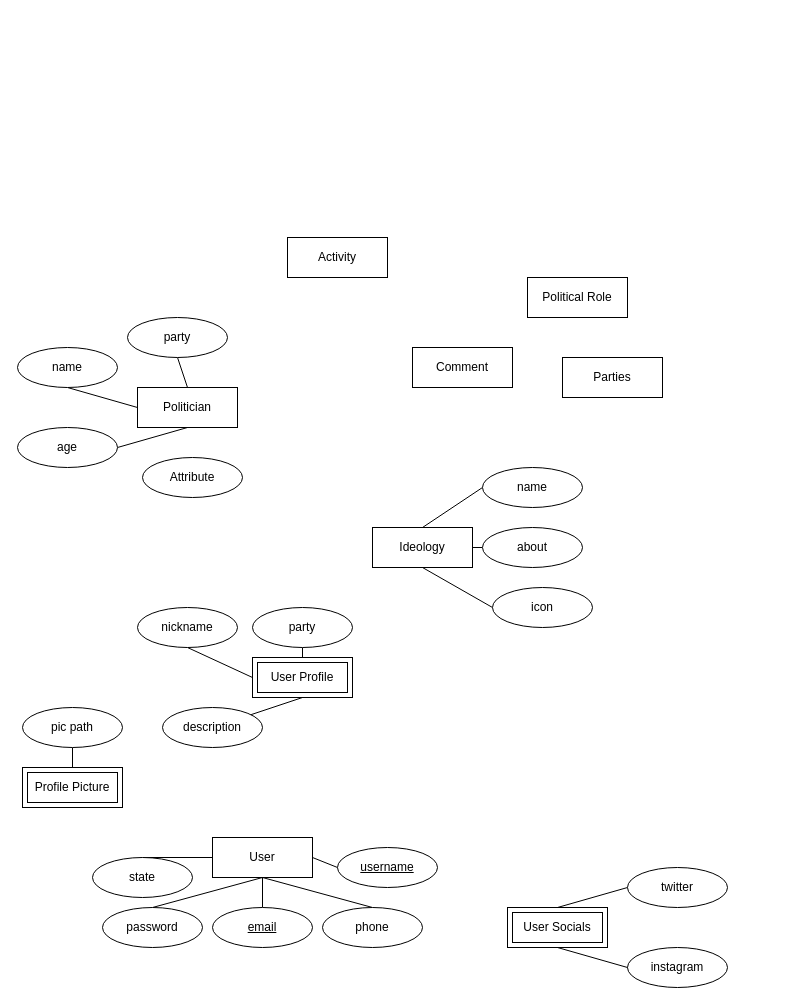
This is polelo.drawio from lik3as/polELO-django, a draw.io file, before an edit. Source tidied: cells renumbered, new cells numbered last; positions are measured from the earlier drawing's top-left corner, leaving out a move shared by most shapes. Both pictures are drawn from the tidied source at 100%, with x=0, y=0 at pixel (17, 237).
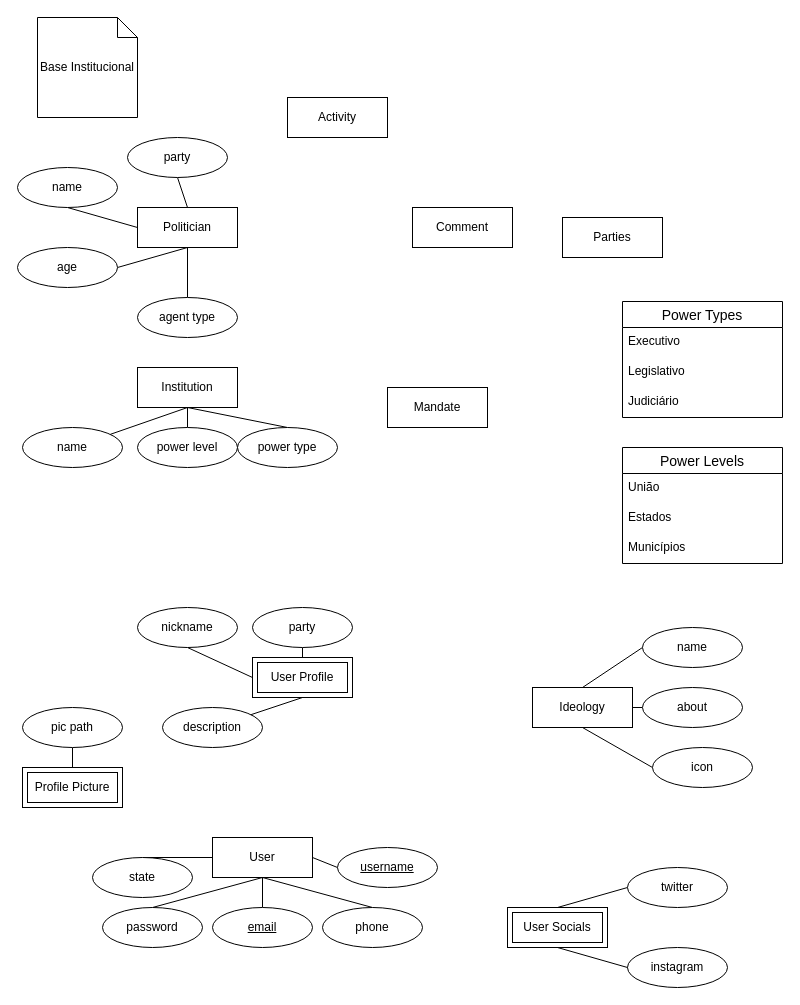
The same page after the edit.

Change to the diagram source:
```diff
@@
+    <mxCell id="47" style="rounded=0;jettySize=auto;html=1;exitX=0.5;exitY=1;exitDx=0;exitDy=0;entryX=0.5;entryY=0;entryDx=0;entryDy=0;endArrow=none;endFill=0;" parent="1" edge="1" source="5" target="65">
+      <mxGeometry relative="1" as="geometry" />
+    </mxCell>
     <mxCell id="5" value="Politician" style="whiteSpace=wrap;html=1;align=center;" parent="1" vertex="1">
-      <mxGeometry x="120" y="150" width="100" height="40" as="geometry" />
+      <mxGeometry x="120" y="-30" width="100" height="40" as="geometry" />
     </mxCell>
@@
     <mxCell id="9" value="Comment" style="whiteSpace=wrap;html=1;align=center;" parent="1" vertex="1">
-      <mxGeometry x="395" y="110" width="100" height="40" as="geometry" />
+      <mxGeometry x="395" y="-30" width="100" height="40" as="geometry" />
     </mxCell>
     <mxCell id="10" value="Activity" style="whiteSpace=wrap;html=1;align=center;" parent="1" vertex="1">
-      <mxGeometry x="270" width="100" height="40" as="geometry" />
+      <mxGeometry x="270" y="-140" width="100" height="40" as="geometry" />
     </mxCell>
@@
     <mxCell id="36" value="&lt;div&gt;Ideology&lt;/div&gt;" style="whiteSpace=wrap;html=1;align=center;" parent="1" vertex="1">
-      <mxGeometry x="355" y="290" width="100" height="40" as="geometry" />
+      <mxGeometry x="515" y="450" width="100" height="40" as="geometry" />
     </mxCell>
     <mxCell id="37" value="name" style="ellipse;whiteSpace=wrap;html=1;align=center;" parent="1" vertex="1">
-      <mxGeometry x="465" y="230" width="100" height="40" as="geometry" />
+      <mxGeometry x="625" y="390" width="100" height="40" as="geometry" />
     </mxCell>
     <mxCell id="38" value="about" style="ellipse;whiteSpace=wrap;html=1;align=center;" parent="1" vertex="1">
-      <mxGeometry x="465" y="290" width="100" height="40" as="geometry" />
+      <mxGeometry x="625" y="450" width="100" height="40" as="geometry" />
     </mxCell>
     <mxCell id="39" value="icon" style="ellipse;whiteSpace=wrap;html=1;align=center;" parent="1" vertex="1">
-      <mxGeometry x="475" y="350" width="100" height="40" as="geometry" />
+      <mxGeometry x="635" y="510" width="100" height="40" as="geometry" />
     </mxCell>
@@
     <mxCell id="41" value="party" style="ellipse;whiteSpace=wrap;html=1;align=center;" parent="1" vertex="1">
-      <mxGeometry x="110" y="80" width="100" height="40" as="geometry" />
+      <mxGeometry x="110" y="-100" width="100" height="40" as="geometry" />
     </mxCell>
     <mxCell id="42" value="name" style="ellipse;whiteSpace=wrap;html=1;align=center;" parent="1" vertex="1">
-      <mxGeometry y="110" width="100" height="40" as="geometry" />
+      <mxGeometry y="-70" width="100" height="40" as="geometry" />
     </mxCell>
     <mxCell id="43" value="age" style="ellipse;whiteSpace=wrap;html=1;align=center;" parent="1" vertex="1">
-      <mxGeometry y="190" width="100" height="40" as="geometry" />
+      <mxGeometry y="10" width="100" height="40" as="geometry" />
     </mxCell>
-    <mxCell id="44" value="Political Role" style="whiteSpace=wrap;html=1;align=center;" parent="1" vertex="1">
-      <mxGeometry x="510" y="40" width="100" height="40" as="geometry" />
-    </mxCell>
     <mxCell id="45" value="Parties" style="whiteSpace=wrap;html=1;align=center;" parent="1" vertex="1">
-      <mxGeometry x="545" y="120" width="100" height="40" as="geometry" />
+      <mxGeometry x="545" y="-20" width="100" height="40" as="geometry" />
     </mxCell>
-    <mxCell id="46" value="Attribute" style="ellipse;whiteSpace=wrap;html=1;align=center;" parent="1" vertex="1">
-      <mxGeometry x="125" y="220" width="100" height="40" as="geometry" />
-    </mxCell>
+    <mxCell id="48" value="Power Types" style="swimlane;fontStyle=0;horizontal=1;startSize=26;align=center;fontSize=14;" parent="1" vertex="1">
+      <mxGeometry x="605" y="64" width="160" height="116" as="geometry" />
+    </mxCell>
+    <mxCell id="49" value="Executivo" style="text;strokeColor=none;fillColor=none;spacingLeft=4;spacingRight=4;overflow=hidden;fontSize=12;whiteSpace=wrap;html=1;" parent="48" vertex="1">
+      <mxGeometry y="26" width="160" height="30" as="geometry" />
+    </mxCell>
+    <mxCell id="50" value="Legislativo" style="text;strokeColor=none;fillColor=none;spacingLeft=4;spacingRight=4;overflow=hidden;fontSize=12;whiteSpace=wrap;html=1;" parent="48" vertex="1">
+      <mxGeometry y="56" width="160" height="30" as="geometry" />
+    </mxCell>
+    <mxCell id="51" value="Judiciário" style="text;strokeColor=none;fillColor=none;spacingLeft=4;spacingRight=4;overflow=hidden;fontSize=12;whiteSpace=wrap;html=1;" parent="48" vertex="1">
+      <mxGeometry y="86" width="160" height="30" as="geometry" />
+    </mxCell>
+    <mxCell id="52" value="Base Institucional" style="shape=note;size=20;whiteSpace=wrap;html=1;" parent="1" vertex="1">
+      <mxGeometry x="20" y="-220" width="100" height="100" as="geometry" />
+    </mxCell>
+    <mxCell id="53" value="Power Levels" style="swimlane;fontStyle=0;horizontal=1;startSize=26;align=center;fontSize=14;" parent="1" vertex="1">
+      <mxGeometry x="605" y="210" width="160" height="116" as="geometry" />
+    </mxCell>
+    <mxCell id="54" value="União" style="text;strokeColor=none;fillColor=none;spacingLeft=4;spacingRight=4;overflow=hidden;fontSize=12;whiteSpace=wrap;html=1;" parent="53" vertex="1">
+      <mxGeometry y="26" width="160" height="30" as="geometry" />
+    </mxCell>
+    <mxCell id="55" value="Estados" style="text;strokeColor=none;fillColor=none;spacingLeft=4;spacingRight=4;overflow=hidden;fontSize=12;whiteSpace=wrap;html=1;" parent="53" vertex="1">
+      <mxGeometry y="56" width="160" height="30" as="geometry" />
+    </mxCell>
+    <mxCell id="56" value="Municípios" style="text;strokeColor=none;fillColor=none;spacingLeft=4;spacingRight=4;overflow=hidden;fontSize=12;whiteSpace=wrap;html=1;" parent="53" vertex="1">
+      <mxGeometry y="86" width="160" height="30" as="geometry" />
+    </mxCell>
+    <mxCell id="57" value="Mandate" style="whiteSpace=wrap;html=1;align=center;" parent="1" vertex="1">
+      <mxGeometry x="370" y="150" width="100" height="40" as="geometry" />
+    </mxCell>
+    <mxCell id="58" style="rounded=0;jettySize=auto;html=1;exitX=0.5;exitY=1;exitDx=0;exitDy=0;endArrow=none;endFill=0;" parent="1" edge="1" source="61" target="62">
+      <mxGeometry relative="1" as="geometry" />
+    </mxCell>
+    <mxCell id="59" style="rounded=0;jettySize=auto;html=1;exitX=0.5;exitY=1;exitDx=0;exitDy=0;entryX=0.5;entryY=0;entryDx=0;entryDy=0;endArrow=none;endFill=0;" parent="1" edge="1" source="61" target="63">
+      <mxGeometry relative="1" as="geometry" />
+    </mxCell>
+    <mxCell id="60" style="rounded=0;jettySize=auto;html=1;exitX=0.5;exitY=1;exitDx=0;exitDy=0;entryX=0.5;entryY=0;entryDx=0;entryDy=0;endArrow=none;endFill=0;" parent="1" edge="1" source="61" target="64">
+      <mxGeometry relative="1" as="geometry" />
+    </mxCell>
+    <mxCell id="61" value="Institution" style="whiteSpace=wrap;html=1;align=center;" parent="1" vertex="1">
+      <mxGeometry x="120" y="130" width="100" height="40" as="geometry" />
+    </mxCell>
+    <mxCell id="62" value="name" style="ellipse;whiteSpace=wrap;html=1;align=center;" parent="1" vertex="1">
+      <mxGeometry x="5" y="190" width="100" height="40" as="geometry" />
+    </mxCell>
+    <mxCell id="63" value="power level" style="ellipse;whiteSpace=wrap;html=1;align=center;" parent="1" vertex="1">
+      <mxGeometry x="120" y="190" width="100" height="40" as="geometry" />
+    </mxCell>
+    <mxCell id="64" value="power type" style="ellipse;whiteSpace=wrap;html=1;align=center;" parent="1" vertex="1">
+      <mxGeometry x="220" y="190" width="100" height="40" as="geometry" />
+    </mxCell>
+    <mxCell id="65" value="agent type" style="ellipse;whiteSpace=wrap;html=1;align=center;" parent="1" vertex="1">
+      <mxGeometry x="120" y="60" width="100" height="40" as="geometry" />
+    </mxCell>
```
